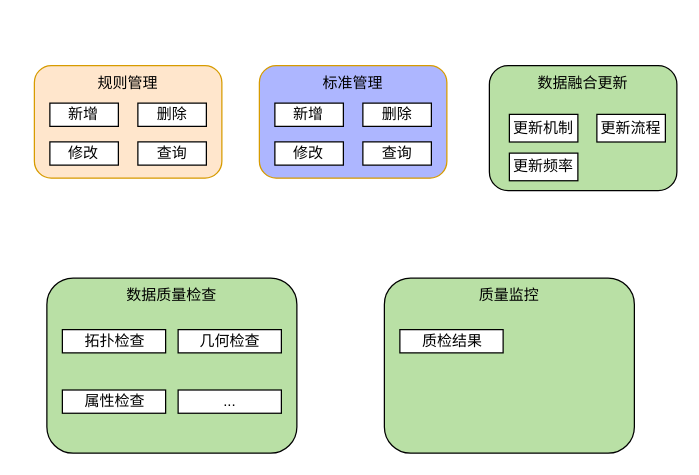
Earlier version of the draw.io diagram page "框架图" (7 of 7) of doc/安吉数字化.drawio (CoderDream/java-architect-util). Source tidied: cells renumbered, new cells numbered last; positions are measured from the earlier drawing's top-left corner, leaving out a move shared by most shapes. Both pictures are drawn from the tidied source at 125%, with x=0, y=0 at pixel (34, 65).
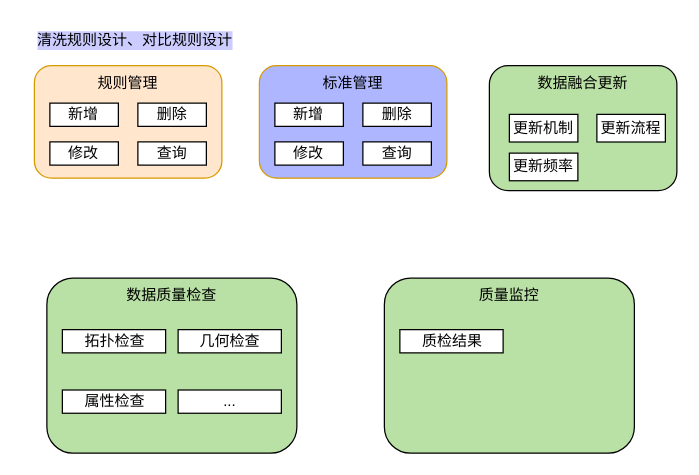
Above is the later version.

The edit, as a diff of the source:
```diff
@@
+    <mxCell id="28" value="清洗规则设计、对比规则设计" style="text;html=1;align=center;verticalAlign=middle;strokeColor=none;fillColor=none;labelBackgroundColor=#CCCCFF;" parent="1" vertex="1">
+      <mxGeometry x="-10" y="-35" width="180" height="30" as="geometry" />
+    </mxCell>
```
